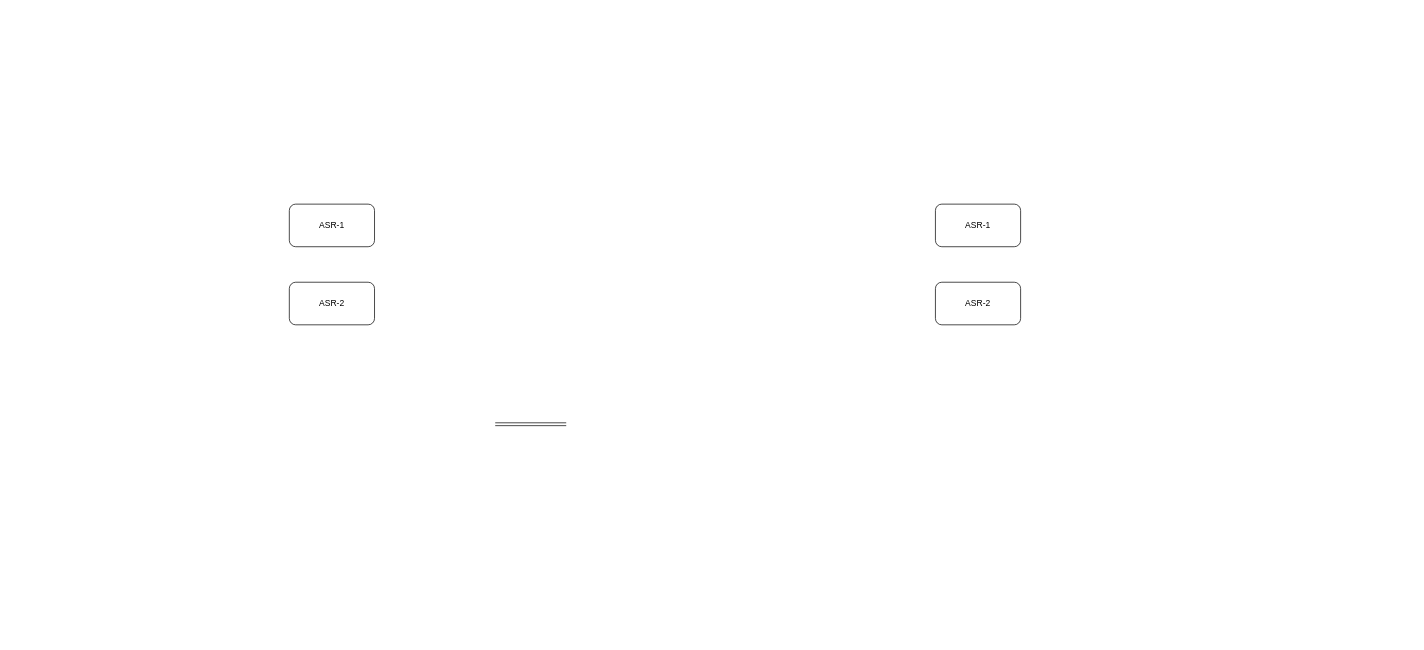
begemoti/diagrams keeps this draw.io diagram as Untitled Diagram.drawio. Above is the earlier version. Source tidied: cells renumbered, new cells numbered last; positions are measured from the earlier drawing's top-left corner, leaving out a move shared by most shapes. Both pictures are drawn from the tidied source at 71%, with x=0, y=0 at pixel (289, 204).
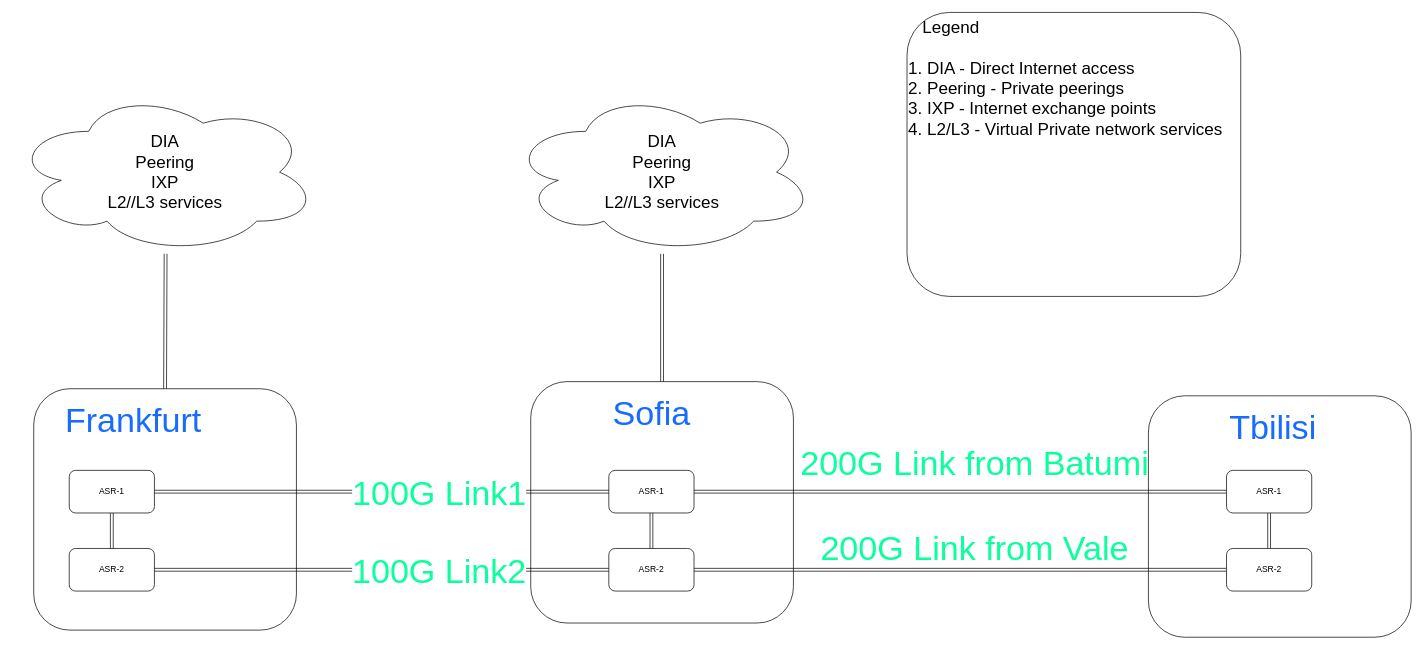
After the change.

Diff of the diagram source:
```diff
@@
+    <mxCell id="7" style="rounded=1;whiteSpace=wrap;html=1;fontSize=48;fontColor=#176CFF;" parent="1" vertex="1">
+      <mxGeometry x="1210" y="270" width="370" height="340" as="geometry" />
+    </mxCell>
+    <mxCell id="8" style="rounded=1;whiteSpace=wrap;html=1;fontSize=48;fontColor=#176CFF;" parent="1" vertex="1">
+      <mxGeometry x="-360" y="260" width="370" height="340" as="geometry" />
+    </mxCell>
     <mxCell id="2" value="ASR-1" style="rounded=1;whiteSpace=wrap;html=1;" parent="1" vertex="1">
-      <mxGeometry width="120" height="60" as="geometry" />
+      <mxGeometry x="-310" y="375" width="120" height="60" as="geometry" />
     </mxCell>
+    <mxCell id="9" style="rounded=1;whiteSpace=wrap;html=1;fontSize=48;fontColor=#176CFF;" parent="1" vertex="1">
+      <mxGeometry x="340" y="250" width="370" height="340" as="geometry" />
+    </mxCell>
     <mxCell id="3" value="ASR-2" style="rounded=1;whiteSpace=wrap;html=1;" parent="1" vertex="1">
-      <mxGeometry y="110" width="120" height="60" as="geometry" />
+      <mxGeometry x="-310" y="485" width="120" height="60" as="geometry" />
     </mxCell>
-    <mxCell id="4" style="shape=link;html=1;rounded=0;" parent="1" edge="1">
-      <mxGeometry relative="1" as="geometry">
-        <mxPoint x="290" y="310" as="sourcePoint" />
-        <mxPoint x="390" y="310" as="targetPoint" />
-      </mxGeometry>
-    </mxCell>
+    <mxCell id="10" value="ASR-1" style="rounded=1;whiteSpace=wrap;html=1;" parent="1" vertex="1">
+      <mxGeometry x="450" y="375" width="120" height="60" as="geometry" />
+    </mxCell>
+    <mxCell id="11" value="ASR-2" style="rounded=1;whiteSpace=wrap;html=1;" parent="1" vertex="1">
+      <mxGeometry x="450" y="485" width="120" height="60" as="geometry" />
+    </mxCell>
+    <mxCell id="12" style="shape=link;html=1;rounded=0;" parent="1" edge="1" source="2" target="3">
+      <mxGeometry relative="1" as="geometry" />
+    </mxCell>
+    <mxCell id="13" style="shape=link;html=1;rounded=0;" parent="1" edge="1" source="10" target="11">
+      <mxGeometry relative="1" as="geometry" />
+    </mxCell>
+    <mxCell id="14" style="shape=link;html=1;rounded=0;" parent="1" edge="1" source="10" target="5">
+      <mxGeometry relative="1" as="geometry" />
+    </mxCell>
+    <mxCell id="15" style="shape=link;html=1;rounded=0;" parent="1" edge="1" source="11" target="6">
+      <mxGeometry relative="1" as="geometry" />
+    </mxCell>
+    <mxCell id="16" value="&lt;div style=&quot;font-size: 24px;&quot;&gt;DIA&lt;br&gt;&lt;/div&gt;&lt;div style=&quot;font-size: 24px;&quot;&gt;Peering&lt;/div&gt;&lt;div style=&quot;font-size: 24px;&quot;&gt;IXP&lt;/div&gt;&lt;div style=&quot;font-size: 24px;&quot;&gt;L2//L3 services&lt;br style=&quot;font-size: 24px;&quot;&gt;&lt;/div&gt;" style="ellipse;shape=cloud;whiteSpace=wrap;html=1;fontSize=24;" parent="1" vertex="1">
+      <mxGeometry x="310" y="-160" width="430" height="230" as="geometry" />
+    </mxCell>
+    <mxCell id="17" value="Sofia" style="text;html=1;align=center;verticalAlign=middle;fillColor=none;strokeColor=none;rounded=0;fontSize=48;fontColor=#176CFF;" parent="1" vertex="1">
+      <mxGeometry x="445" y="260" width="130" height="70" as="geometry" />
+    </mxCell>
+    <mxCell id="18" value="Frankfurt" style="text;html=1;align=center;verticalAlign=middle;fillColor=none;strokeColor=none;rounded=0;fontSize=48;fontColor=#176CFF;" parent="1" vertex="1">
+      <mxGeometry x="-330" y="270" width="220" height="70" as="geometry" />
+    </mxCell>
     <mxCell id="5" value="ASR-1" style="rounded=1;whiteSpace=wrap;html=1;" parent="1" vertex="1">
-      <mxGeometry x="910" width="120" height="60" as="geometry" />
+      <mxGeometry x="1320" y="375" width="120" height="60" as="geometry" />
     </mxCell>
     <mxCell id="6" value="ASR-2" style="rounded=1;whiteSpace=wrap;html=1;" parent="1" vertex="1">
-      <mxGeometry x="910" y="110" width="120" height="60" as="geometry" />
+      <mxGeometry x="1320" y="485" width="120" height="60" as="geometry" />
     </mxCell>
+    <mxCell id="19" style="shape=link;html=1;rounded=0;" parent="1" edge="1" source="5" target="6">
+      <mxGeometry relative="1" as="geometry" />
+    </mxCell>
+    <mxCell id="20" value="Tbilisi" style="text;html=1;align=center;verticalAlign=middle;fillColor=none;strokeColor=none;rounded=0;fontSize=48;fontColor=#176CFF;" parent="1" vertex="1">
+      <mxGeometry x="1310" y="280" width="150" height="70" as="geometry" />
+    </mxCell>
+    <mxCell id="21" value="200G Link from Batumi" style="text;html=1;align=center;verticalAlign=middle;fillColor=none;strokeColor=none;rounded=0;fontSize=48;fontColor=#0AFF9D;" parent="1" vertex="1">
+      <mxGeometry x="710" y="330" width="510" height="70" as="geometry" />
+    </mxCell>
+    <mxCell id="22" value="200G Link from Vale" style="text;html=1;align=center;verticalAlign=middle;fillColor=none;strokeColor=none;rounded=0;fontSize=48;fontColor=#0AFF9D;" parent="1" vertex="1">
+      <mxGeometry x="735" y="450" width="460" height="70" as="geometry" />
+    </mxCell>
+    <mxCell id="23" style="shape=link;html=1;rounded=0;" parent="1" edge="1" source="2" target="10">
+      <mxGeometry relative="1" as="geometry" />
+    </mxCell>
+    <mxCell id="24" value="100G Link1" style="edgeLabel;html=1;align=center;verticalAlign=middle;fontSize=48;fontColor=#0AFF9D;" parent="23" vertex="1">
+      <mxGeometry x="0.25" y="-2" relative="1" as="geometry">
+        <mxPoint y="-1" as="offset" />
+      </mxGeometry>
+    </mxCell>
+    <mxCell id="25" value="&lt;div style=&quot;font-size: 24px;&quot;&gt;DIA&lt;br&gt;&lt;/div&gt;&lt;div style=&quot;font-size: 24px;&quot;&gt;Peering&lt;/div&gt;&lt;div style=&quot;font-size: 24px;&quot;&gt;IXP&lt;/div&gt;&lt;div style=&quot;font-size: 24px;&quot;&gt;L2//L3 services&lt;br style=&quot;font-size: 24px;&quot;&gt;&lt;/div&gt;" style="ellipse;shape=cloud;whiteSpace=wrap;html=1;" parent="1" vertex="1">
+      <mxGeometry x="-390" y="-160" width="430" height="230" as="geometry" />
+    </mxCell>
+    <mxCell id="26" style="shape=link;html=1;rounded=0;fontSize=24;fontColor=#0AFF9D;" parent="1" edge="1" source="16" target="9">
+      <mxGeometry relative="1" as="geometry" />
+    </mxCell>
+    <mxCell id="27" style="shape=link;html=1;rounded=0;fontSize=24;fontColor=#0AFF9D;" parent="1" edge="1" source="25" target="8">
+      <mxGeometry relative="1" as="geometry" />
+    </mxCell>
+    <mxCell id="28" style="shape=link;html=1;rounded=0;" parent="1" edge="1" source="3" target="11">
+      <mxGeometry relative="1" as="geometry" />
+    </mxCell>
+    <mxCell id="29" value="100G Link2" style="edgeLabel;html=1;align=center;verticalAlign=middle;fontSize=48;fontColor=#0AFF9D;" parent="28" vertex="1">
+      <mxGeometry x="0.25" y="-2" relative="1" as="geometry">
+        <mxPoint y="-1" as="offset" />
+      </mxGeometry>
+    </mxCell>
+    <mxCell id="30" value="&lt;div&gt;&amp;nbsp;&amp;nbsp; Legend&lt;/div&gt;&lt;div&gt;&lt;br&gt;&lt;/div&gt;&lt;div&gt;1. DIA - Direct Internet access&lt;/div&gt;&lt;div&gt;2. Peering - Private peerings&lt;/div&gt;&lt;div&gt;3. IXP - Internet exchange points&lt;/div&gt;&lt;div&gt;4. L2/L3 - Virtual Private network services&lt;br&gt;&lt;/div&gt;" style="rounded=1;whiteSpace=wrap;html=1;fontSize=24;fontColor=#000000;align=left;verticalAlign=top;" parent="1" vertex="1">
+      <mxGeometry x="870" y="-270" width="470" height="400" as="geometry" />
+    </mxCell>
```
